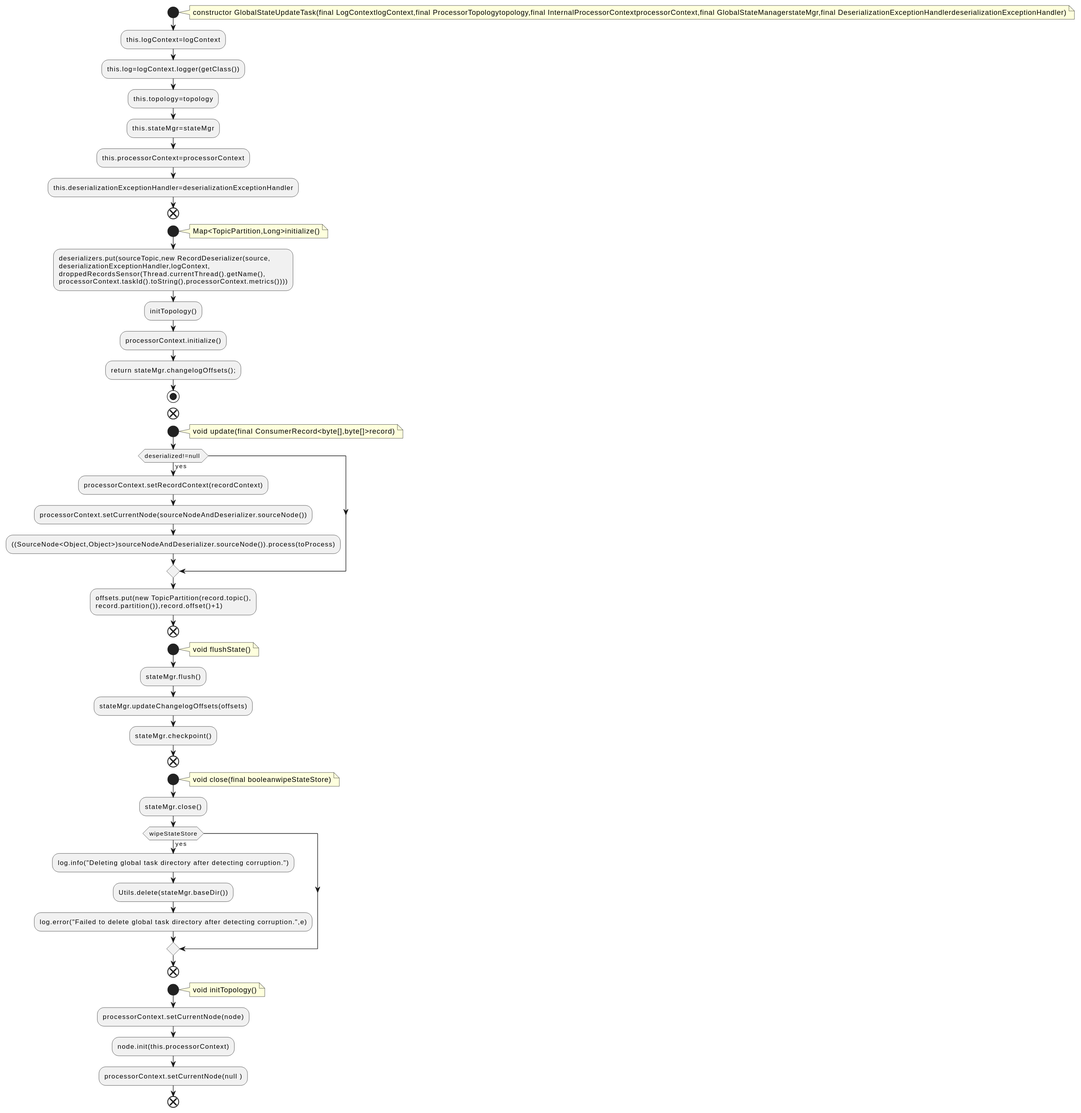
qualitesys/kafka keeps this PlantUML diagram as docs/qc/streams/src/main/java/org/apache/kafka/streams/processor/internals/GlobalStateUpdateTask.java.fct.svg. Above is the earlier version.
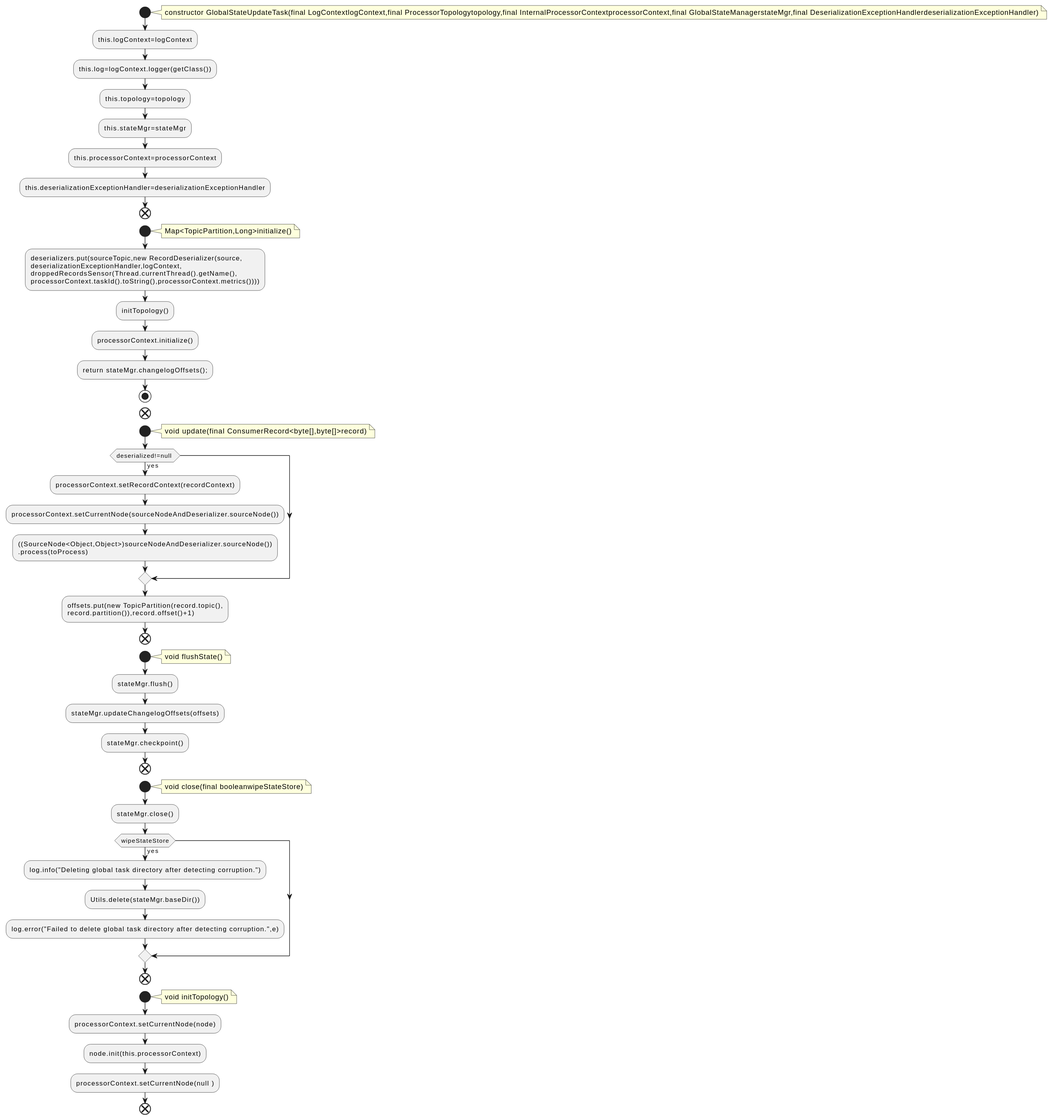
Above is the later version.

Diff of the diagram source:
```diff
@@ -31,7 +31,8 @@
 if (deserialized!=null ) then (yes)
 :processorContext.setRecordContext(recordContext);
 :processorContext.setCurrentNode(sourceNodeAndDeserializer.sourceNode());
-:((SourceNode<Object,Object>)sourceNodeAndDeserializer.sourceNode()).process(toProcess);
+:((SourceNode<Object,Object>)sourceNodeAndDeserializer.sourceNode())
+.process(toProcess);
 endif
 :offsets.put(new TopicPartition(record.topic(),
 record.partition()),record.offset()+1);
```
